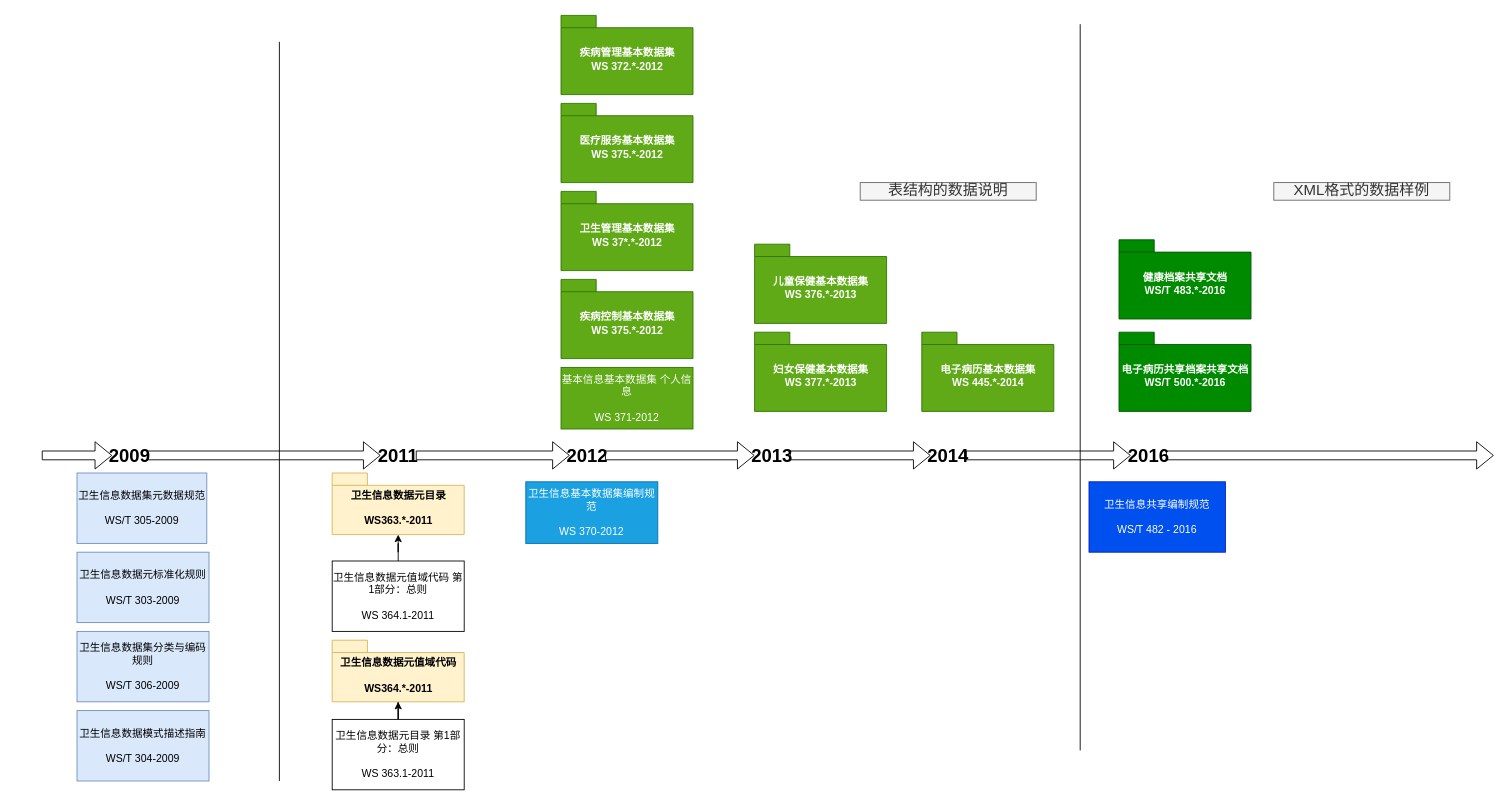
Above: page "数据规范梳理" (2 of 2) of healthCloud.drawio in lzdong0714/note (draw.io), before the change. Source tidied: cells renumbered, new cells numbered last; positions are measured from the earlier drawing's top-left corner, leaving out a move shared by most shapes. Both pictures are drawn from the tidied source at 88%, with x=0, y=0 at pixel (41, 15).
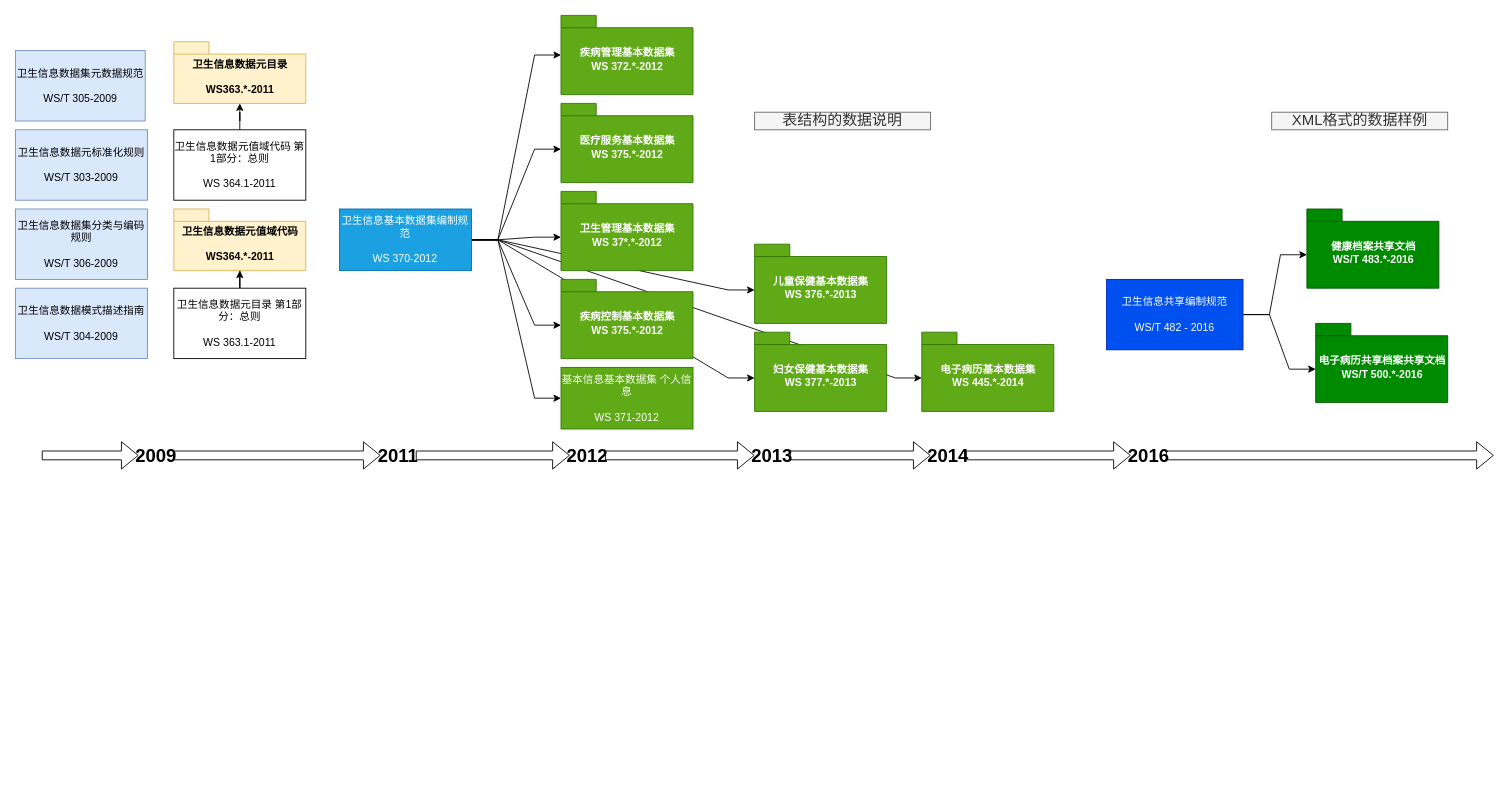
After the change.

Unchanged cells that the change refers to:
```xml
<mxCell id="15" value="妇女保健基本数据集&lt;br&gt;WS 377.*-2013" style="shape=folder;fontStyle=1;spacingTop=10;tabWidth=40;tabHeight=14;tabPosition=left;html=1;fillColor=#60a917;strokeColor=#2D7600;fontColor=#ffffff;" parent="1" vertex="1">
  <mxGeometry x="810" y="360" width="150" height="90" as="geometry" />
</mxCell>
<mxCell id="16" value="儿童保健基本数据集&lt;br&gt;WS 376.*-2013" style="shape=folder;fontStyle=1;spacingTop=10;tabWidth=40;tabHeight=14;tabPosition=left;html=1;fillColor=#60a917;strokeColor=#2D7600;fontColor=#ffffff;" parent="1" vertex="1">
  <mxGeometry x="810" y="260" width="150" height="90" as="geometry" />
</mxCell>
<mxCell id="31" value="疾病控制基本数据集&lt;br&gt;WS 375.*-2012" style="shape=folder;fontStyle=1;spacingTop=10;tabWidth=40;tabHeight=14;tabPosition=left;html=1;fillColor=#60a917;strokeColor=#2D7600;fontColor=#ffffff;" parent="1" vertex="1">
  <mxGeometry x="590" y="300" width="150" height="90" as="geometry" />
</mxCell>
<mxCell id="32" value="卫生管理基本数据集&lt;br&gt;WS 37*.*-2012" style="shape=folder;fontStyle=1;spacingTop=10;tabWidth=40;tabHeight=14;tabPosition=left;html=1;fillColor=#60a917;strokeColor=#2D7600;fontColor=#ffffff;" parent="1" vertex="1">
  <mxGeometry x="590" y="200" width="150" height="90" as="geometry" />
</mxCell>
<mxCell id="33" value="医疗服务基本数据集&lt;br&gt;WS 375.*-2012" style="shape=folder;fontStyle=1;spacingTop=10;tabWidth=40;tabHeight=14;tabPosition=left;html=1;fillColor=#60a917;strokeColor=#2D7600;fontColor=#ffffff;" parent="1" vertex="1">
  <mxGeometry x="590" y="100" width="150" height="90" as="geometry" />
</mxCell>
<mxCell id="34" value="疾病管理基本数据集&lt;br&gt;WS 372.*-2012" style="shape=folder;fontStyle=1;spacingTop=10;tabWidth=40;tabHeight=14;tabPosition=left;html=1;fillColor=#60a917;strokeColor=#2D7600;fontColor=#ffffff;" parent="1" vertex="1">
  <mxGeometry x="590" width="150" height="90" as="geometry" />
</mxCell>
<mxCell id="35" value="基本信息基本数据集 个人信息&lt;br&gt;&lt;br&gt;WS 371-2012" style="rounded=0;whiteSpace=wrap;html=1;fillColor=#60a917;strokeColor=#2D7600;fontColor=#ffffff;" parent="1" vertex="1">
  <mxGeometry x="590" y="400" width="150" height="70" as="geometry" />
</mxCell>
<mxCell id="36" value="电子病历基本数据集&lt;br&gt;WS 445.*-2014" style="shape=folder;fontStyle=1;spacingTop=10;tabWidth=40;tabHeight=14;tabPosition=left;html=1;fillColor=#60a917;strokeColor=#2D7600;fontColor=#ffffff;" parent="1" vertex="1">
  <mxGeometry x="1000" y="360" width="150" height="90" as="geometry" />
</mxCell>
```

Diff of the diagram source:
```diff
@@
+    <mxCell id="41" style="edgeStyle=entityRelationEdgeStyle;rounded=0;jettySize=auto;html=1;entryX=0;entryY=0;entryDx=0;entryDy=52;entryPerimeter=0;" parent="1" edge="1" source="2" target="14">
+      <mxGeometry relative="1" as="geometry" />
+    </mxCell>
+    <mxCell id="42" style="edgeStyle=entityRelationEdgeStyle;rounded=0;jettySize=auto;html=1;entryX=0;entryY=0;entryDx=0;entryDy=52;entryPerimeter=0;" parent="1" edge="1" source="2" target="17">
+      <mxGeometry relative="1" as="geometry" />
+    </mxCell>
     <mxCell id="2" value="卫生信息共享编制规范&lt;br&gt;&lt;br&gt;&lt;span style=&quot;text-align: left ; white-space: nowrap&quot;&gt;WS/T 482 - 2016&lt;/span&gt;" style="rounded=0;whiteSpace=wrap;html=1;fillColor=#0050ef;strokeColor=#001DBC;fontColor=#ffffff;" parent="1" vertex="1">
-      <mxGeometry x="1190" y="530" width="155" height="80" as="geometry" />
+      <mxGeometry x="1210" y="300" width="155" height="80" as="geometry" />
     </mxCell>
     <mxCell id="3" value="卫生信息数据元标准化规则&lt;br&gt;&lt;br&gt;WS/T 303-2009&lt;br&gt;" style="rounded=0;whiteSpace=wrap;html=1;fillColor=#dae8fc;strokeColor=#6c8ebf;" parent="1" vertex="1">
-      <mxGeometry x="40" y="610" width="150" height="80" as="geometry" />
+      <mxGeometry x="-30" y="130" width="150" height="80" as="geometry" />
     </mxCell>
-    <mxCell id="4" value="卫生信息数据集分类与编码规则&lt;br&gt;&lt;br&gt;WS/T 306-2009&lt;br&gt;" style="rounded=0;whiteSpace=wrap;html=1;fillColor=#dae8fc;strokeColor=#6c8ebf;" parent="1" vertex="1">
-      <mxGeometry x="40" y="700" width="150" height="80" as="geometry" />
-    </mxCell>
     <mxCell id="5" value="卫生信息数据模式描述指南&lt;br&gt;&lt;br&gt;WS/T 304-2009&lt;br&gt;" style="rounded=0;whiteSpace=wrap;html=1;fillColor=#dae8fc;strokeColor=#6c8ebf;" parent="1" vertex="1">
-      <mxGeometry x="40" y="790" width="150" height="80" as="geometry" />
+      <mxGeometry x="-30" y="310" width="150" height="80" as="geometry" />
     </mxCell>
     <mxCell id="6" value="卫生信息数据集元数据规范&lt;br&gt;&lt;br&gt;WS/T 305-2009" style="rounded=0;whiteSpace=wrap;html=1;fillColor=#dae8fc;strokeColor=#6c8ebf;" parent="1" vertex="1">
-      <mxGeometry x="40" y="520" width="147.5" height="80" as="geometry" />
+      <mxGeometry x="-30" y="40" width="147.5" height="80" as="geometry" />
     </mxCell>
@@
     <mxCell id="8" value="卫生信息数据元值域代码 第1部分：总则&lt;br&gt;&lt;br&gt;WS 364.1-2011" style="rounded=0;whiteSpace=wrap;html=1;" parent="1" vertex="1">
-      <mxGeometry x="330" y="620" width="150" height="80" as="geometry" />
+      <mxGeometry x="150" y="130" width="150" height="80" as="geometry" />
     </mxCell>
@@
     <mxCell id="10" value="卫生信息数据元目录 第1部分：总则&lt;br&gt;&lt;br&gt;WS 363.1-2011" style="rounded=0;whiteSpace=wrap;html=1;" parent="1" vertex="1">
-      <mxGeometry x="330" y="800" width="150" height="80" as="geometry" />
+      <mxGeometry x="150" y="310" width="150" height="80" as="geometry" />
     </mxCell>
+    <mxCell id="43" style="edgeStyle=entityRelationEdgeStyle;rounded=0;jettySize=auto;html=1;" parent="1" edge="1" source="11" target="34">
+      <mxGeometry relative="1" as="geometry" />
+    </mxCell>
+    <mxCell id="44" style="edgeStyle=entityRelationEdgeStyle;rounded=0;jettySize=auto;html=1;entryX=0;entryY=0;entryDx=0;entryDy=52;entryPerimeter=0;" parent="1" edge="1" source="11" target="33">
+      <mxGeometry relative="1" as="geometry" />
+    </mxCell>
+    <mxCell id="45" style="edgeStyle=entityRelationEdgeStyle;rounded=0;jettySize=auto;html=1;entryX=0;entryY=0;entryDx=0;entryDy=52;entryPerimeter=0;" parent="1" edge="1" source="11" target="32">
+      <mxGeometry relative="1" as="geometry" />
+    </mxCell>
+    <mxCell id="46" style="edgeStyle=entityRelationEdgeStyle;rounded=0;jettySize=auto;html=1;entryX=0;entryY=0;entryDx=0;entryDy=52;entryPerimeter=0;" parent="1" edge="1" source="11" target="31">
+      <mxGeometry relative="1" as="geometry" />
+    </mxCell>
+    <mxCell id="47" style="edgeStyle=entityRelationEdgeStyle;rounded=0;jettySize=auto;html=1;entryX=0;entryY=0.5;entryDx=0;entryDy=0;" parent="1" edge="1" source="11" target="35">
+      <mxGeometry relative="1" as="geometry" />
+    </mxCell>
+    <mxCell id="48" style="edgeStyle=entityRelationEdgeStyle;rounded=0;jettySize=auto;html=1;entryX=0;entryY=0;entryDx=0;entryDy=52;entryPerimeter=0;" parent="1" edge="1" source="11" target="16">
+      <mxGeometry relative="1" as="geometry" />
+    </mxCell>
+    <mxCell id="49" style="edgeStyle=entityRelationEdgeStyle;rounded=0;jettySize=auto;html=1;entryX=0;entryY=0;entryDx=0;entryDy=52;entryPerimeter=0;" parent="1" edge="1" source="11" target="15">
+      <mxGeometry relative="1" as="geometry" />
+    </mxCell>
+    <mxCell id="50" style="edgeStyle=entityRelationEdgeStyle;rounded=0;jettySize=auto;html=1;entryX=0;entryY=0;entryDx=0;entryDy=52;entryPerimeter=0;" parent="1" edge="1" source="11" target="36">
+      <mxGeometry relative="1" as="geometry" />
+    </mxCell>
     <mxCell id="11" value="卫生信息基本数据集编制规范&lt;br&gt;&lt;br&gt;WS 370-2012" style="rounded=0;whiteSpace=wrap;html=1;fillColor=#1ba1e2;strokeColor=#006EAF;fontColor=#ffffff;" parent="1" vertex="1">
-      <mxGeometry x="550" y="530" width="150" height="70" as="geometry" />
+      <mxGeometry x="338.3" y="220" width="150" height="70" as="geometry" />
     </mxCell>
     <mxCell id="12" value="卫生信息数据元值域代码&lt;br&gt;&lt;br&gt;WS364.*-2011" style="shape=folder;fontStyle=1;spacingTop=10;tabWidth=40;tabHeight=14;tabPosition=left;html=1;fillColor=#fff2cc;strokeColor=#d6b656;" parent="1" vertex="1">
-      <mxGeometry x="330" y="710" width="150" height="70" as="geometry" />
+      <mxGeometry x="150" y="220" width="150" height="70" as="geometry" />
     </mxCell>
     <mxCell id="13" value="卫生信息数据元目录&lt;br&gt;&lt;br&gt;WS363.*-2011" style="shape=folder;fontStyle=1;spacingTop=10;tabWidth=40;tabHeight=14;tabPosition=left;html=1;fillColor=#fff2cc;strokeColor=#d6b656;" parent="1" vertex="1">
-      <mxGeometry x="330" y="520" width="150" height="70" as="geometry" />
+      <mxGeometry x="150" y="30" width="150" height="70" as="geometry" />
     </mxCell>
     <mxCell id="14" value="健康档案共享文档&lt;br&gt;WS/T 483.*-2016" style="shape=folder;fontStyle=1;spacingTop=10;tabWidth=40;tabHeight=14;tabPosition=left;html=1;fillColor=#008a00;strokeColor=#005700;fontColor=#ffffff;" parent="1" vertex="1">
-      <mxGeometry x="1224.1" y="255" width="150" height="90" as="geometry" />
+      <mxGeometry x="1437.6" y="220" width="150" height="90" as="geometry" />
     </mxCell>
@@
     <mxCell id="17" value="电子病历共享档案共享文档&lt;br&gt;WS/T 500.*-2016" style="shape=folder;fontStyle=1;spacingTop=10;tabWidth=40;tabHeight=14;tabPosition=left;html=1;fillColor=#008a00;strokeColor=#005700;fontColor=#ffffff;" parent="1" vertex="1">
-      <mxGeometry x="1224.1" y="360" width="150" height="90" as="geometry" />
+      <mxGeometry x="1447.6" y="350" width="150" height="90" as="geometry" />
     </mxCell>
@@
     <mxCell id="19" value="&lt;font style=&quot;font-size: 21px&quot;&gt;&lt;b&gt;2009&lt;/b&gt;&lt;/font&gt;" style="text;html=1;strokeColor=none;fillColor=none;align=center;verticalAlign=middle;whiteSpace=wrap;rounded=0;" parent="1" vertex="1">
-      <mxGeometry x="80" y="490" width="40" height="20" as="geometry" />
+      <mxGeometry x="110" y="490" width="40" height="20" as="geometry" />
     </mxCell>
@@
-    <mxCell id="37" style="endArrow=none;html=1;" parent="1" edge="1">
-      <mxGeometry relative="1" as="geometry">
-        <mxPoint x="270" y="870" as="sourcePoint" />
-        <mxPoint x="270" y="30" as="targetPoint" />
-      </mxGeometry>
-    </mxCell>
-    <mxCell id="38" style="endArrow=none;html=1;" parent="1" edge="1">
-      <mxGeometry relative="1" as="geometry">
-        <mxPoint x="1180" y="835.3" as="sourcePoint" />
-        <mxPoint x="1180" y="10" as="targetPoint" />
-      </mxGeometry>
-    </mxCell>
     <mxCell id="39" value="&lt;font style=&quot;font-size: 17px&quot;&gt;XML格式的数据样例&lt;/font&gt;" style="text;html=1;strokeColor=#666666;fillColor=#f5f5f5;align=center;verticalAlign=middle;whiteSpace=wrap;rounded=0;fontColor=#333333;" parent="1" vertex="1">
-      <mxGeometry x="1400" y="190" width="200" height="20" as="geometry" />
+      <mxGeometry x="1397.6" y="110" width="200" height="20" as="geometry" />
     </mxCell>
     <mxCell id="40" value="&lt;span style=&quot;font-size: 17px&quot;&gt;表结构的数据说明&lt;/span&gt;" style="text;html=1;strokeColor=#666666;fillColor=#f5f5f5;align=center;verticalAlign=middle;whiteSpace=wrap;rounded=0;fontColor=#333333;" parent="1" vertex="1">
-      <mxGeometry x="930" y="190" width="200" height="20" as="geometry" />
+      <mxGeometry x="810" y="110" width="200" height="20" as="geometry" />
     </mxCell>
+    <mxCell id="4" value="卫生信息数据集分类与编码规则&lt;br&gt;&lt;br&gt;WS/T 306-2009&lt;br&gt;" style="rounded=0;whiteSpace=wrap;html=1;fillColor=#dae8fc;strokeColor=#6c8ebf;" parent="1" vertex="1">
+      <mxGeometry x="-30" y="220" width="150" height="80" as="geometry" />
+    </mxCell>
```
